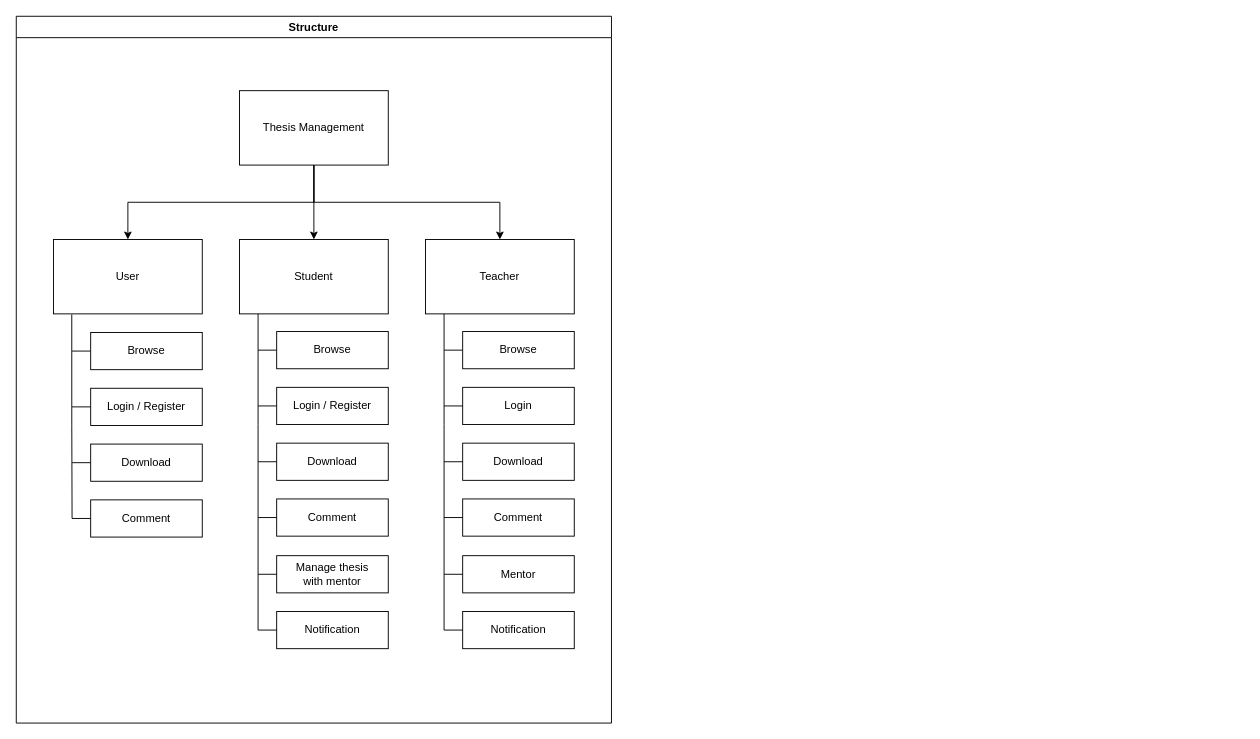
This is page "หน้า-1" (1 of 2) of use-case.drawio from Dibkk/diagram-thesis, a draw.io file, before an edit. Source tidied: cells renumbered, new cells numbered last; positions are measured from the earlier drawing's top-left corner, leaving out a move shared by most shapes. Both pictures are drawn from the tidied source at 93%, with x=0, y=0 at pixel (16, 16).
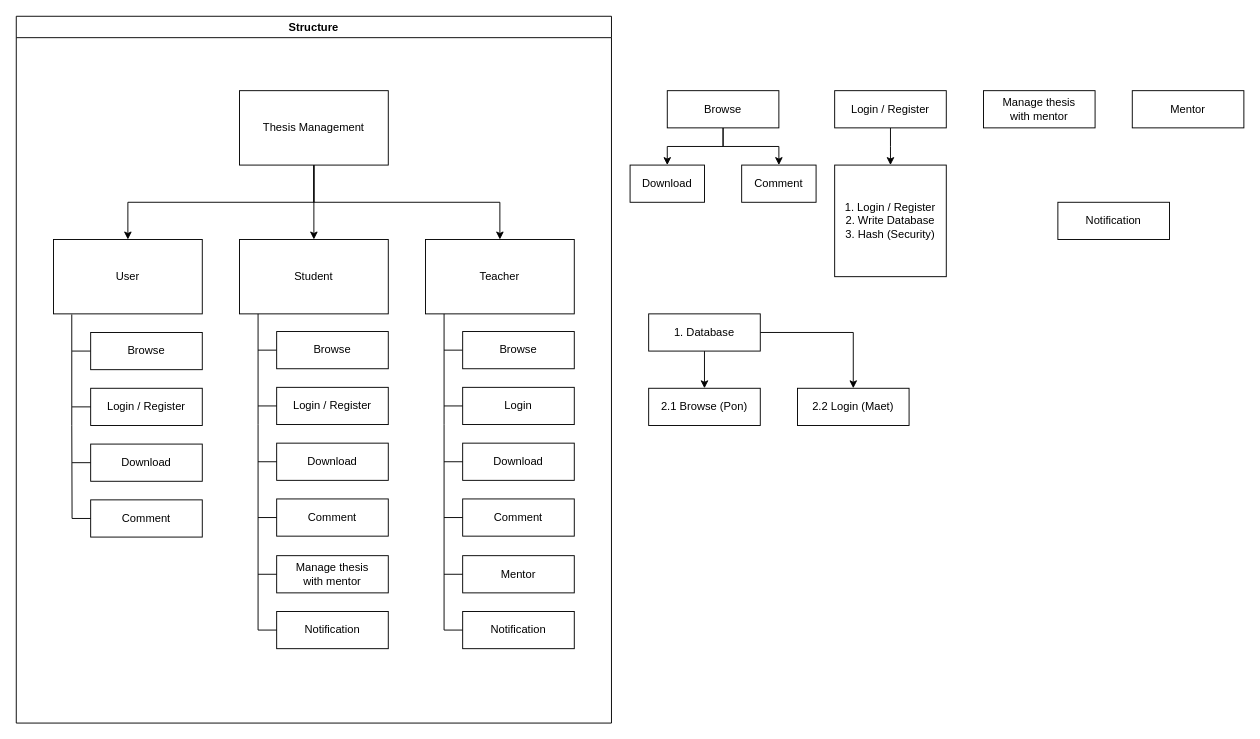
After the change.

What changed in the source:
```diff
@@
+    <mxCell id="45" value="Notification" style="whiteSpace=wrap;html=1;rounded=0;" parent="1" vertex="1">
+      <mxGeometry x="1120" y="200" width="120" height="40" as="geometry" />
+    </mxCell>
+    <mxCell id="46" style="edgeStyle=orthogonalEdgeStyle;rounded=0;jettySize=auto;html=1;" parent="1" edge="1" source="48" target="51">
+      <mxGeometry relative="1" as="geometry" />
+    </mxCell>
+    <mxCell id="47" style="edgeStyle=orthogonalEdgeStyle;rounded=0;jettySize=auto;html=1;" parent="1" edge="1" source="48" target="52">
+      <mxGeometry relative="1" as="geometry" />
+    </mxCell>
+    <mxCell id="48" value="Browse" style="whiteSpace=wrap;html=1;rounded=0;" parent="1" vertex="1">
+      <mxGeometry x="700" y="80" width="120" height="40" as="geometry" />
+    </mxCell>
+    <mxCell id="49" style="edgeStyle=orthogonalEdgeStyle;rounded=0;jettySize=auto;html=1;" parent="1" edge="1" source="50">
+      <mxGeometry relative="1" as="geometry">
+        <mxPoint x="940" y="160" as="targetPoint" />
+      </mxGeometry>
+    </mxCell>
+    <mxCell id="50" value="Login / Register" style="whiteSpace=wrap;html=1;rounded=0;" parent="1" vertex="1">
+      <mxGeometry x="880" y="80" width="120" height="40" as="geometry" />
+    </mxCell>
+    <mxCell id="51" value="Download" style="whiteSpace=wrap;html=1;rounded=0;" parent="1" vertex="1">
+      <mxGeometry x="660" y="160" width="80" height="40" as="geometry" />
+    </mxCell>
+    <mxCell id="52" value="Comment" style="whiteSpace=wrap;html=1;rounded=0;" parent="1" vertex="1">
+      <mxGeometry x="780" y="160" width="80" height="40" as="geometry" />
+    </mxCell>
+    <mxCell id="53" value="Manage thesis&lt;div&gt;with mentor&lt;/div&gt;" style="whiteSpace=wrap;html=1;rounded=0;" parent="1" vertex="1">
+      <mxGeometry x="1040" y="80" width="120" height="40" as="geometry" />
+    </mxCell>
+    <mxCell id="54" value="Mentor" style="whiteSpace=wrap;html=1;rounded=0;" parent="1" vertex="1">
+      <mxGeometry x="1200" y="80" width="120" height="40" as="geometry" />
+    </mxCell>
+    <mxCell id="55" value="1. Login / Register&lt;div&gt;2. Write Database&lt;/div&gt;&lt;div&gt;3. Hash (Security)&lt;/div&gt;" style="whiteSpace=wrap;html=1;rounded=0;" parent="1" vertex="1">
+      <mxGeometry x="880" y="160" width="120" height="120" as="geometry" />
+    </mxCell>
+    <mxCell id="56" style="edgeStyle=orthogonalEdgeStyle;rounded=0;jettySize=auto;html=1;" parent="1" edge="1" source="58" target="59">
+      <mxGeometry relative="1" as="geometry" />
+    </mxCell>
+    <mxCell id="57" style="edgeStyle=orthogonalEdgeStyle;rounded=0;jettySize=auto;html=1;" parent="1" edge="1" source="58" target="60">
+      <mxGeometry relative="1" as="geometry" />
+    </mxCell>
+    <mxCell id="58" value="1. Database" style="whiteSpace=wrap;html=1;rounded=0;" parent="1" vertex="1">
+      <mxGeometry x="680" y="320" width="120" height="40" as="geometry" />
+    </mxCell>
+    <mxCell id="59" value="2.1 Browse (Pon)" style="whiteSpace=wrap;html=1;rounded=0;" parent="1" vertex="1">
+      <mxGeometry x="680" y="400" width="120" height="40" as="geometry" />
+    </mxCell>
+    <mxCell id="60" value="2.2 Login (Maet)" style="whiteSpace=wrap;html=1;rounded=0;" parent="1" vertex="1">
+      <mxGeometry x="840" y="400" width="120" height="40" as="geometry" />
+    </mxCell>
```
